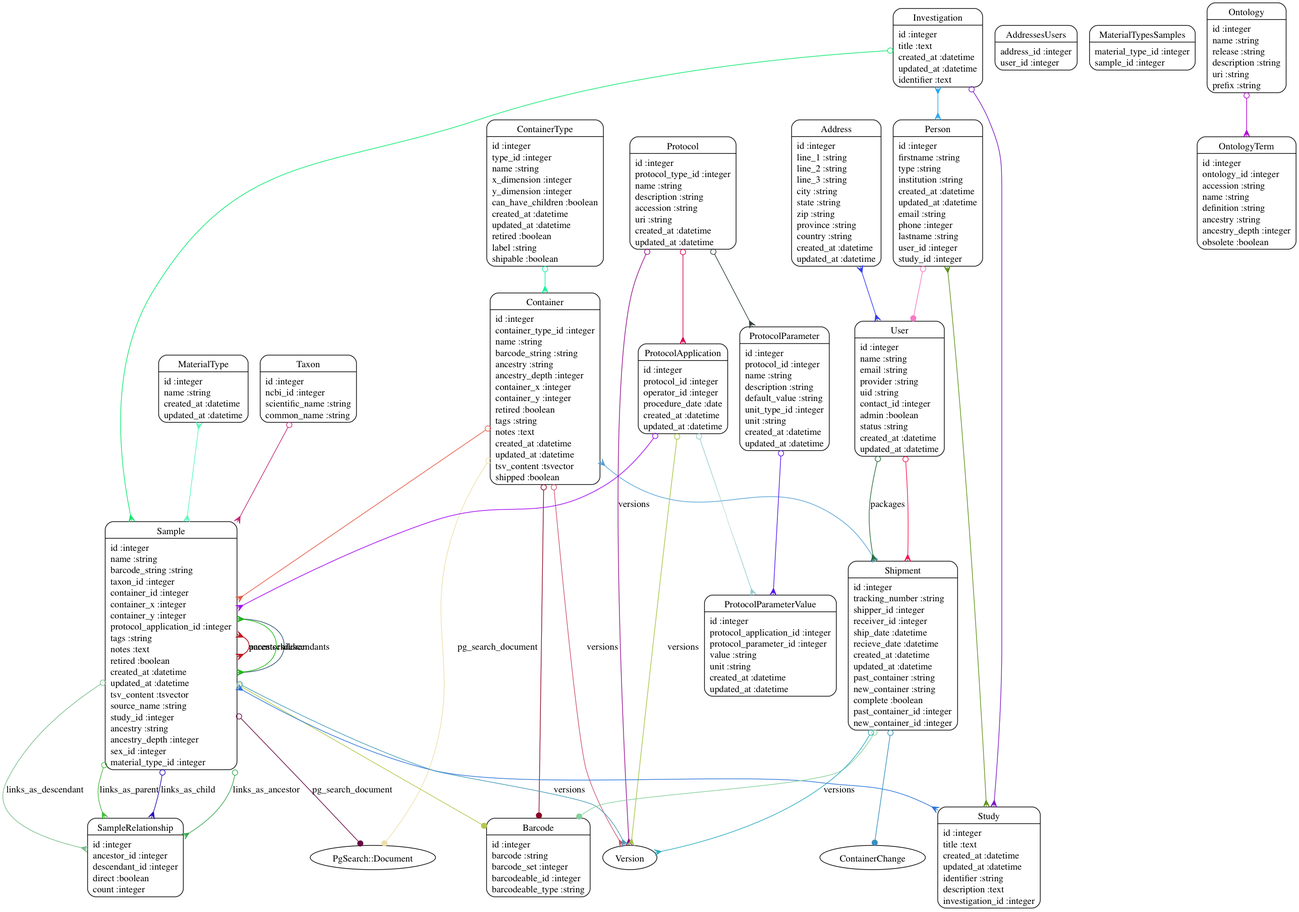
dimitras/collos keeps this Graphviz diagram as models.png. Above is the earlier version. Its source is kept beside it as models.dot.
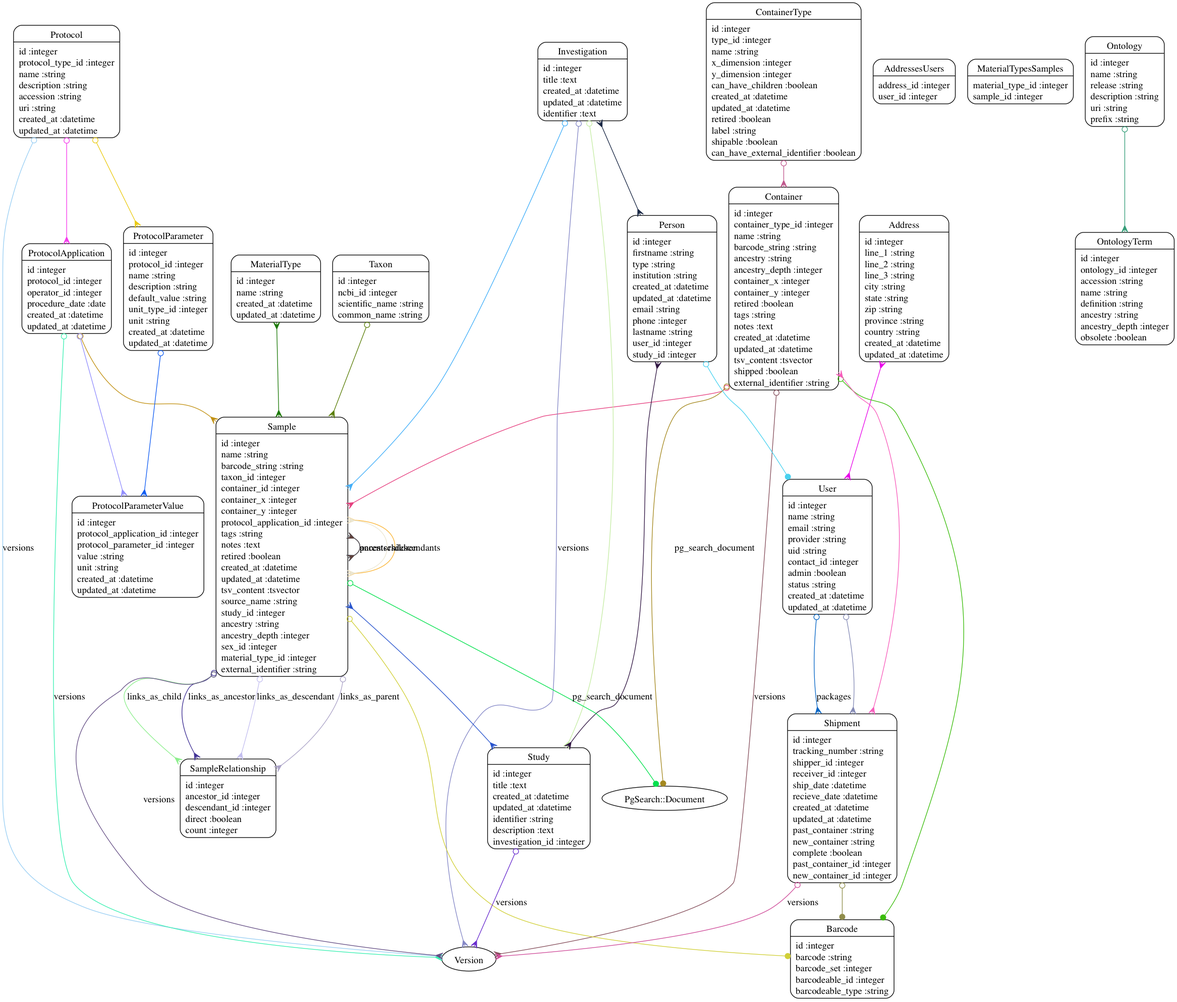
Later version of the same file.

Diff of the diagram source:
```diff
@@ -3,8 +3,8 @@
 	"Address" [shape=Mrecord, label="{Address|id :integer\lline_1 :string\lline_2 :string\lline_3 :string\lcity :string\lstate :string\lzip :string\lprovince :string\lcountry :string\lcreated_at :datetime\lupdated_at :datetime\l}"]
 	"AddressesUsers" [shape=Mrecord, label="{AddressesUsers|address_id :integer\luser_id :integer\l}"]
 	"Barcode" [shape=Mrecord, label="{Barcode|id :integer\lbarcode :string\lbarcode_set :integer\lbarcodeable_id :integer\lbarcodeable_type :string\l}"]
-	"Container" [shape=Mrecord, label="{Container|id :integer\lcontainer_type_id :integer\lname :string\lbarcode_string :string\lancestry :string\lancestry_depth :integer\lcontainer_x :integer\lcontainer_y :integer\lretired :boolean\ltags :string\lnotes :text\lcreated_at :datetime\lupdated_at :datetime\ltsv_content :tsvector\lshipped :boolean\l}"]
-	"ContainerType" [shape=Mrecord, label="{ContainerType|id :integer\ltype_id :integer\lname :string\lx_dimension :integer\ly_dimension :integer\lcan_have_children :boolean\lcreated_at :datetime\lupdated_at :datetime\lretired :boolean\llabel :string\lshipable :boolean\l}"]
+	"Container" [shape=Mrecord, label="{Container|id :integer\lcontainer_type_id :integer\lname :string\lbarcode_string :string\lancestry :string\lancestry_depth :integer\lcontainer_x :integer\lcontainer_y :integer\lretired :boolean\ltags :string\lnotes :text\lcreated_at :datetime\lupdated_at :datetime\ltsv_content :tsvector\lshipped :boolean\lexternal_identifier :string\l}"]
+	"ContainerType" [shape=Mrecord, label="{ContainerType|id :integer\ltype_id :integer\lname :string\lx_dimension :integer\ly_dimension :integer\lcan_have_children :boolean\lcreated_at :datetime\lupdated_at :datetime\lretired :boolean\llabel :string\lshipable :boolean\lcan_have_external_identifier :boolean\l}"]
 	"Investigation" [shape=Mrecord, label="{Investigation|id :integer\ltitle :text\lcreated_at :datetime\lupdated_at :datetime\lidentifier :text\l}"]
 	"MaterialType" [shape=Mrecord, label="{MaterialType|id :integer\lname :string\lcreated_at :datetime\lupdated_at :datetime\l}"]
 	"MaterialTypesSamples" [shape=Mrecord, label="{MaterialTypesSamples|material_type_id :integer\lsample_id :integer\l}"]
@@ -15,49 +15,50 @@
 	"ProtocolApplication" [shape=Mrecord, label="{ProtocolApplication|id :integer\lprotocol_id :integer\loperator_id :integer\lprocedure_date :date\lcreated_at :datetime\lupdated_at :datetime\l}"]
 	"ProtocolParameter" [shape=Mrecord, label="{ProtocolParameter|id :integer\lprotocol_id :integer\lname :string\ldescription :string\ldefault_value :string\lunit_type_id :integer\lunit :string\lcreated_at :datetime\lupdated_at :datetime\l}"]
 	"ProtocolParameterValue" [shape=Mrecord, label="{ProtocolParameterValue|id :integer\lprotocol_application_id :integer\lprotocol_parameter_id :integer\lvalue :string\lunit :string\lcreated_at :datetime\lupdated_at :datetime\l}"]
-	"Sample" [shape=Mrecord, label="{Sample|id :integer\lname :string\lbarcode_string :string\ltaxon_id :integer\lcontainer_id :integer\lcontainer_x :integer\lcontainer_y :integer\lprotocol_application_id :integer\ltags :string\lnotes :text\lretired :boolean\lcreated_at :datetime\lupdated_at :datetime\ltsv_content :tsvector\lsource_name :string\lstudy_id :integer\lancestry :string\lancestry_depth :integer\lsex_id :integer\lmaterial_type_id :integer\l}"]
+	"Sample" [shape=Mrecord, label="{Sample|id :integer\lname :string\lbarcode_string :string\ltaxon_id :integer\lcontainer_id :integer\lcontainer_x :integer\lcontainer_y :integer\lprotocol_application_id :integer\ltags :string\lnotes :text\lretired :boolean\lcreated_at :datetime\lupdated_at :datetime\ltsv_content :tsvector\lsource_name :string\lstudy_id :integer\lancestry :string\lancestry_depth :integer\lsex_id :integer\lmaterial_type_id :integer\lexternal_identifier :string\l}"]
 	"SampleRelationship" [shape=Mrecord, label="{SampleRelationship|id :integer\lancestor_id :integer\ldescendant_id :integer\ldirect :boolean\lcount :integer\l}"]
 	"Shipment" [shape=Mrecord, label="{Shipment|id :integer\ltracking_number :string\lshipper_id :integer\lreceiver_id :integer\lship_date :datetime\lrecieve_date :datetime\lcreated_at :datetime\lupdated_at :datetime\lpast_container :string\lnew_container :string\lcomplete :boolean\lpast_container_id :integer\lnew_container_id :integer\l}"]
 	"Study" [shape=Mrecord, label="{Study|id :integer\ltitle :text\lcreated_at :datetime\lupdated_at :datetime\lidentifier :string\ldescription :text\linvestigation_id :integer\l}"]
 	"Taxon" [shape=Mrecord, label="{Taxon|id :integer\lncbi_id :integer\lscientific_name :string\lcommon_name :string\l}"]
 	"User" [shape=Mrecord, label="{User|id :integer\lname :string\lemail :string\lprovider :string\luid :string\lcontact_id :integer\ladmin :boolean\lstatus :string\lcreated_at :datetime\lupdated_at :datetime\l}"]
-	"Address" -> "User" [arrowtail=crow, arrowhead=crow, dir=both color="#313CF6"]
-	"Container" -> "Sample" [arrowtail=odot, arrowhead=crow, dir=both color="#E75945"]
-	"Container" -> "Barcode" [arrowtail=odot, arrowhead=dot, dir=both color="#890223"]
-	"Container" -> "Shipment" [arrowtail=crow, arrowhead=crow, dir=both color="#55A1D6"]
-	"Container" -> "PgSearch::Document" [label="pg_search_document", arrowtail=odot, arrowhead=dot, dir=both color="#EDDEAA"]
-	"Container" -> "Version" [label="versions", arrowtail=odot, arrowhead=crow, dir=both color="#CD536D"]
-	"ContainerType" -> "Container" [arrowtail=odot, arrowhead=crow, dir=both color="#0DF59D"]
-	"Investigation" -> "Study" [arrowtail=odot, arrowhead=crow, dir=both color="#7B18C1"]
-	"Investigation" -> "Sample" [arrowtail=odot, arrowhead=crow, dir=both color="#0AE96D"]
-	"Investigation" -> "Person" [arrowtail=crow, arrowhead=crow, dir=both color="#2BA7F0"]
-	"MaterialType" -> "Sample" [arrowtail=crow, arrowhead=crow, dir=both color="#5BF9BC"]
-	"Ontology" -> "OntologyTerm" [arrowtail=odot, arrowhead=crow, dir=both color="#B401D1"]
-	"Person" -> "Study" [arrowtail=crow, arrowhead=crow, dir=both color="#5E911E"]
-	"Person" -> "User" [arrowtail=odot, arrowhead=dot, dir=both color="#F778C5"]
-	"Protocol" -> "ProtocolApplication" [arrowtail=odot, arrowhead=crow, dir=both color="#DB0352"]
-	"Protocol" -> "ProtocolParameter" [arrowtail=odot, arrowhead=crow, dir=both color="#2E4039"]
-	"Protocol" -> "Version" [label="versions", arrowtail=odot, arrowhead=crow, dir=both color="#920E8D"]
-	"ProtocolApplication" -> "Sample" [arrowtail=odot, arrowhead=crow, dir=both color="#A104F3"]
-	"ProtocolApplication" -> "ProtocolParameterValue" [arrowtail=odot, arrowhead=crow, dir=both color="#97CCCD"]
-	"ProtocolApplication" -> "Version" [label="versions", arrowtail=odot, arrowhead=crow, dir=both color="#A4C543"]
-	"ProtocolParameter" -> "ProtocolParameterValue" [arrowtail=odot, arrowhead=crow, dir=both color="#5511EE"]
-	"Sample" -> "Barcode" [arrowtail=odot, arrowhead=dot, dir=both color="#B1C84C"]
-	"Sample" -> "Study" [arrowtail=crow, arrowhead=crow, dir=both color="#2D74DA"]
-	"Sample" -> "SampleRelationship" [label="links_as_ancestor", arrowtail=odot, arrowhead=crow, dir=both color="#3CAA53"]
-	"Sample" -> "SampleRelationship" [label="links_as_descendant", arrowtail=odot, arrowhead=crow, dir=both color="#7ABE8D"]
-	"Sample" -> "Sample" [label="ancestors", arrowtail=crow, arrowhead=crow, dir=both color="#555757"]
-	"Sample" -> "Sample" [label="descendants", arrowtail=crow, arrowhead=crow, dir=both color="#31516F"]
-	"Sample" -> "SampleRelationship" [label="links_as_parent", arrowtail=odot, arrowhead=crow, dir=both color="#48BB42"]
-	"Sample" -> "SampleRelationship" [label="links_as_child", arrowtail=odot, arrowhead=crow, dir=both color="#2910B3"]
-	"Sample" -> "Sample" [label="parents", arrowtail=crow, arrowhead=crow, dir=both color="#CD1320"]
-	"Sample" -> "Sample" [label="children", arrowtail=crow, arrowhead=crow, dir=both color="#1FBB14"]
-	"Sample" -> "PgSearch::Document" [label="pg_search_document", arrowtail=odot, arrowhead=dot, dir=both color="#650A43"]
-	"Sample" -> "Version" [label="versions", arrowtail=odot, arrowhead=crow, dir=both color="#4A9CB9"]
-	"Shipment" -> "Barcode" [arrowtail=odot, arrowhead=dot, dir=both color="#84D19B"]
-	"Shipment" -> "ContainerChange" [arrowtail=odot, arrowhead=dot, dir=both color="#388FBE"]
-	"Shipment" -> "Version" [label="versions", arrowtail=odot, arrowhead=crow, dir=both color="#2DABC2"]
-	"Taxon" -> "Sample" [arrowtail=odot, arrowhead=crow, dir=both color="#C52677"]
-	"User" -> "Shipment" [arrowtail=odot, arrowhead=crow, dir=both color="#F81552"]
-	"User" -> "Shipment" [label="packages", arrowtail=odot, arrowhead=crow, dir=both color="#2B6C3C"]
+	"Address" -> "User" [arrowtail=crow, arrowhead=crow, dir=both color="#E804E8"]
+	"Container" -> "Sample" [arrowtail=odot, arrowhead=crow, dir=both color="#E53E7E"]
+	"Container" -> "Barcode" [arrowtail=odot, arrowhead=dot, dir=both color="#3ABC0B"]
+	"Container" -> "Shipment" [arrowtail=crow, arrowhead=crow, dir=both color="#F75CBB"]
+	"Container" -> "PgSearch::Document" [label="pg_search_document", arrowtail=odot, arrowhead=dot, dir=both color="#A4881F"]
+	"Container" -> "Version" [label="versions", arrowtail=odot, arrowhead=crow, dir=both color="#864F5C"]
+	"ContainerType" -> "Container" [arrowtail=odot, arrowhead=crow, dir=both color="#C0588D"]
+	"Investigation" -> "Study" [arrowtail=odot, arrowhead=crow, dir=both color="#C4EBA3"]
+	"Investigation" -> "Sample" [arrowtail=odot, arrowhead=crow, dir=both color="#41AEF8"]
+	"Investigation" -> "Person" [arrowtail=crow, arrowhead=crow, dir=both color="#182643"]
+	"Investigation" -> "Version" [label="versions", arrowtail=odot, arrowhead=crow, dir=both color="#8487C6"]
+	"MaterialType" -> "Sample" [arrowtail=crow, arrowhead=crow, dir=both color="#1C7908"]
+	"Ontology" -> "OntologyTerm" [arrowtail=odot, arrowhead=crow, dir=both color="#359D78"]
+	"Person" -> "Study" [arrowtail=crow, arrowhead=crow, dir=both color="#301542"]
+	"Person" -> "User" [arrowtail=odot, arrowhead=dot, dir=both color="#48D1EF"]
+	"Protocol" -> "ProtocolApplication" [arrowtail=odot, arrowhead=crow, dir=both color="#F53BEC"]
+	"Protocol" -> "ProtocolParameter" [arrowtail=odot, arrowhead=crow, dir=both color="#EACA15"]
+	"Protocol" -> "Version" [label="versions", arrowtail=odot, arrowhead=crow, dir=both color="#99CEF3"]
+	"ProtocolApplication" -> "Sample" [arrowtail=odot, arrowhead=crow, dir=both color="#C19114"]
+	"ProtocolApplication" -> "ProtocolParameterValue" [arrowtail=odot, arrowhead=crow, dir=both color="#918DFD"]
+	"ProtocolApplication" -> "Version" [label="versions", arrowtail=odot, arrowhead=crow, dir=both color="#39EFB1"]
+	"ProtocolParameter" -> "ProtocolParameterValue" [arrowtail=odot, arrowhead=crow, dir=both color="#105CF2"]
+	"Sample" -> "Barcode" [arrowtail=odot, arrowhead=dot, dir=both color="#D0CF38"]
+	"Sample" -> "Study" [arrowtail=crow, arrowhead=crow, dir=both color="#2753CD"]
+	"Sample" -> "SampleRelationship" [label="links_as_ancestor", arrowtail=odot, arrowhead=crow, dir=both color="#423395"]
+	"Sample" -> "SampleRelationship" [label="links_as_descendant", arrowtail=odot, arrowhead=crow, dir=both color="#C3BEEF"]
+	"Sample" -> "Sample" [label="ancestors", arrowtail=crow, arrowhead=crow, dir=both color="#228CBE"]
+	"Sample" -> "Sample" [label="descendants", arrowtail=crow, arrowhead=crow, dir=both color="#F9B436"]
+	"Sample" -> "SampleRelationship" [label="links_as_parent", arrowtail=odot, arrowhead=crow, dir=both color="#AAA2C6"]
+	"Sample" -> "SampleRelationship" [label="links_as_child", arrowtail=odot, arrowhead=crow, dir=both color="#8CEE8C"]
+	"Sample" -> "Sample" [label="parents", arrowtail=crow, arrowhead=crow, dir=both color="#5E403B"]
+	"Sample" -> "Sample" [label="children", arrowtail=crow, arrowhead=crow, dir=both color="#EBE6D2"]
+	"Sample" -> "PgSearch::Document" [label="pg_search_document", arrowtail=odot, arrowhead=dot, dir=both color="#03E04D"]
+	"Sample" -> "Version" [label="versions", arrowtail=odot, arrowhead=crow, dir=both color="#654F85"]
+	"Shipment" -> "Barcode" [arrowtail=odot, arrowhead=dot, dir=both color="#908D4B"]
+	"Shipment" -> "Version" [label="versions", arrowtail=odot, arrowhead=crow, dir=both color="#CE4B99"]
+	"Study" -> "Version" [label="versions", arrowtail=odot, arrowhead=crow, dir=both color="#682CCE"]
+	"Taxon" -> "Sample" [arrowtail=odot, arrowhead=crow, dir=both color="#5A7E08"]
+	"User" -> "Shipment" [arrowtail=odot, arrowhead=crow, dir=both color="#848AB5"]
+	"User" -> "Shipment" [label="packages", arrowtail=odot, arrowhead=crow, dir=both color="#0565C5"]
 }
```
